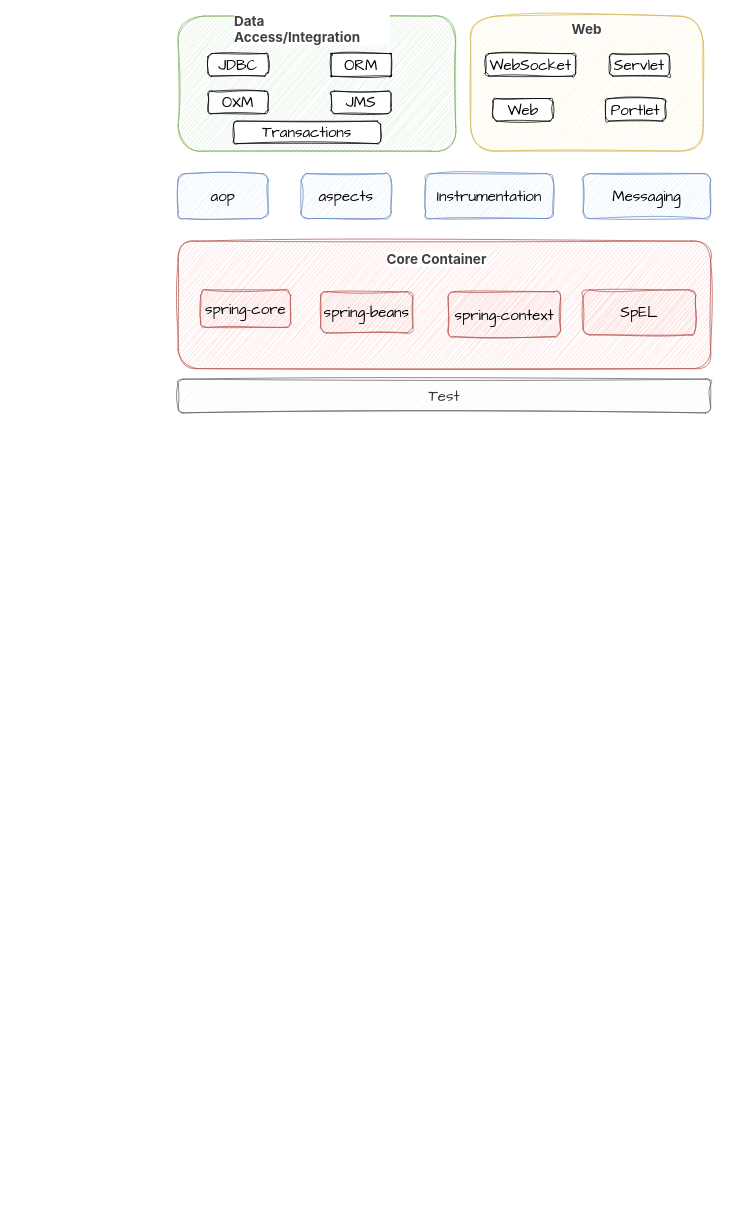
wwupower/daily-drawio keeps this draw.io diagram as me/note/Spring01.drawio. Above is the earlier version. Source tidied: cells renumbered, new cells numbered last; positions are measured from the earlier drawing's top-left corner, leaving out a move shared by most shapes. Both pictures are drawn from the tidied source at 75%, with x=0, y=0 at pixel (178, 16).
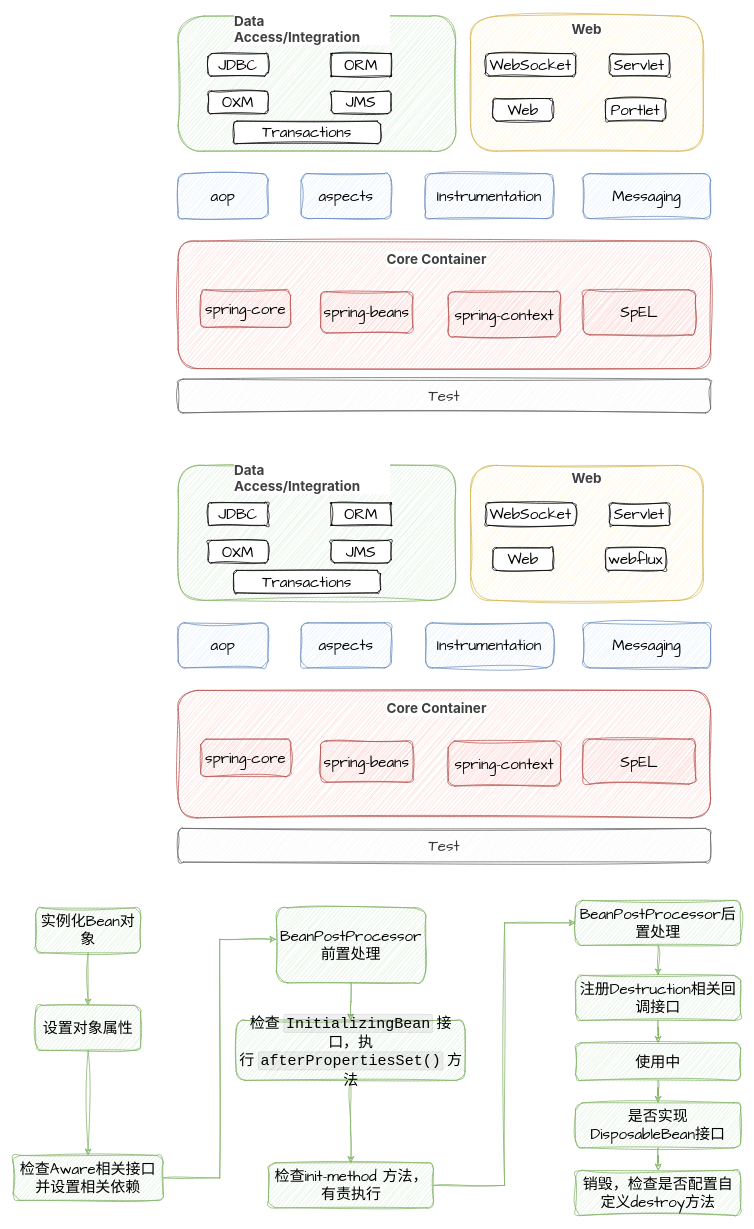
Above is the later version.

Diff of the diagram source:
```diff
@@
+    <mxCell id="26" style="rounded=1;whiteSpace=wrap;html=1;sketch=1;hachureGap=4;jiggle=2;curveFitting=1;fontFamily=Architects Daughter;fontSize=20;fillColor=#f8cecc;strokeColor=#b85450;" parent="1" vertex="1">
+      <mxGeometry y="899" width="710" height="170" as="geometry" />
+    </mxCell>
+    <mxCell id="27" value="spring-core" style="rounded=1;whiteSpace=wrap;html=1;sketch=1;hachureGap=4;jiggle=2;curveFitting=1;fontFamily=Architects Daughter;fontSize=20;fillColor=#f8cecc;strokeColor=#b85450;" parent="1" vertex="1">
+      <mxGeometry x="30" y="964" width="120" height="50" as="geometry" />
+    </mxCell>
+    <mxCell id="28" value="spring-beans" style="rounded=1;whiteSpace=wrap;html=1;sketch=1;hachureGap=4;jiggle=2;curveFitting=1;fontFamily=Architects Daughter;fontSize=20;fillColor=#f8cecc;strokeColor=#b85450;" parent="1" vertex="1">
+      <mxGeometry x="190" y="966.5" width="123" height="55" as="geometry" />
+    </mxCell>
+    <mxCell id="29" value="spring-context" style="rounded=1;whiteSpace=wrap;html=1;sketch=1;hachureGap=4;jiggle=2;curveFitting=1;fontFamily=Architects Daughter;fontSize=20;fillColor=#f8cecc;strokeColor=#b85450;" parent="1" vertex="1">
+      <mxGeometry x="360" y="966.5" width="150" height="60" as="geometry" />
+    </mxCell>
+    <mxCell id="30" value="SpEL" style="rounded=1;whiteSpace=wrap;html=1;sketch=1;hachureGap=4;jiggle=2;curveFitting=1;fontFamily=Architects Daughter;fontSize=20;fillColor=#f8cecc;strokeColor=#b85450;" parent="1" vertex="1">
+      <mxGeometry x="540" y="964" width="150" height="60" as="geometry" />
+    </mxCell>
+    <mxCell id="31" value="aop" style="rounded=1;whiteSpace=wrap;html=1;sketch=1;hachureGap=4;jiggle=2;curveFitting=1;fontFamily=Architects Daughter;fontSize=20;fillColor=#dae8fc;strokeColor=#6c8ebf;" parent="1" vertex="1">
+      <mxGeometry y="809" width="120" height="60" as="geometry" />
+    </mxCell>
+    <mxCell id="32" value="aspects" style="rounded=1;whiteSpace=wrap;html=1;sketch=1;hachureGap=4;jiggle=2;curveFitting=1;fontFamily=Architects Daughter;fontSize=20;fillColor=#dae8fc;strokeColor=#6c8ebf;" parent="1" vertex="1">
+      <mxGeometry x="164" y="809" width="120" height="60" as="geometry" />
+    </mxCell>
+    <mxCell id="33" value="Instrumentation" style="rounded=1;whiteSpace=wrap;html=1;sketch=1;hachureGap=4;jiggle=2;curveFitting=1;fontFamily=Architects Daughter;fontSize=20;fillColor=#dae8fc;strokeColor=#6c8ebf;" parent="1" vertex="1">
+      <mxGeometry x="330" y="809" width="170" height="60" as="geometry" />
+    </mxCell>
+    <mxCell id="34" value="Messaging" style="rounded=1;whiteSpace=wrap;html=1;sketch=1;hachureGap=4;jiggle=2;curveFitting=1;fontFamily=Architects Daughter;fontSize=20;fillColor=#dae8fc;strokeColor=#6c8ebf;" parent="1" vertex="1">
+      <mxGeometry x="540" y="809" width="170" height="60" as="geometry" />
+    </mxCell>
+    <mxCell id="35" style="rounded=1;whiteSpace=wrap;html=1;sketch=1;hachureGap=4;jiggle=2;curveFitting=1;fontFamily=Architects Daughter;fontSize=20;arcSize=19;fillColor=#d5e8d4;strokeColor=#82b366;" parent="1" vertex="1">
+      <mxGeometry y="599" width="370" height="180" as="geometry" />
+    </mxCell>
+    <mxCell id="36" value="&lt;h5 style=&quot;box-sizing: border-box; margin-top: 0px; margin-bottom: 16px; color: rgb(64, 64, 64); text-rendering: optimizelegibility; font-size: 18px; font-family: -apple-system, BlinkMacSystemFont, &amp;quot;Apple Color Emoji&amp;quot;, &amp;quot;Segoe UI Emoji&amp;quot;, &amp;quot;Segoe UI Symbol&amp;quot;, &amp;quot;Segoe UI&amp;quot;, &amp;quot;PingFang SC&amp;quot;, &amp;quot;Hiragino Sans GB&amp;quot;, &amp;quot;Microsoft YaHei&amp;quot;, &amp;quot;Helvetica Neue&amp;quot;, Helvetica, Arial, sans-serif; text-align: start; background-color: rgb(255, 255, 255);&quot;&gt;Data Access/Integration&lt;/h5&gt;" style="text;html=1;strokeColor=none;fillColor=none;align=center;verticalAlign=middle;whiteSpace=wrap;rounded=0;fontSize=20;fontFamily=Architects Daughter;" parent="1" vertex="1">
+      <mxGeometry x="74" y="609" width="210" height="30" as="geometry" />
+    </mxCell>
+    <mxCell id="37" value="JDBC" style="rounded=1;whiteSpace=wrap;html=1;sketch=1;hachureGap=4;jiggle=2;curveFitting=1;fontFamily=Architects Daughter;fontSize=20;" parent="1" vertex="1">
+      <mxGeometry x="40" y="649" width="80" height="30" as="geometry" />
+    </mxCell>
+    <mxCell id="38" value="ORM" style="rounded=1;whiteSpace=wrap;html=1;sketch=1;hachureGap=4;jiggle=2;curveFitting=1;fontFamily=Architects Daughter;fontSize=20;arcSize=0;" parent="1" vertex="1">
+      <mxGeometry x="204" y="649" width="80" height="30" as="geometry" />
+    </mxCell>
+    <mxCell id="39" value="OXM" style="rounded=1;whiteSpace=wrap;html=1;sketch=1;hachureGap=4;jiggle=2;curveFitting=1;fontFamily=Architects Daughter;fontSize=20;" parent="1" vertex="1">
+      <mxGeometry x="40" y="699" width="80" height="30" as="geometry" />
+    </mxCell>
+    <mxCell id="40" value="JMS" style="rounded=1;whiteSpace=wrap;html=1;sketch=1;hachureGap=4;jiggle=2;curveFitting=1;fontFamily=Architects Daughter;fontSize=20;" parent="1" vertex="1">
+      <mxGeometry x="204" y="699" width="80" height="30" as="geometry" />
+    </mxCell>
+    <mxCell id="41" value="Transactions" style="rounded=1;whiteSpace=wrap;html=1;sketch=1;hachureGap=4;jiggle=2;curveFitting=1;fontFamily=Architects Daughter;fontSize=20;" parent="1" vertex="1">
+      <mxGeometry x="74" y="739" width="196" height="30" as="geometry" />
+    </mxCell>
+    <mxCell id="42" style="rounded=1;whiteSpace=wrap;html=1;sketch=1;hachureGap=4;jiggle=2;curveFitting=1;fontFamily=Architects Daughter;fontSize=20;arcSize=19;fillColor=#fff2cc;strokeColor=#d6b656;" parent="1" vertex="1">
+      <mxGeometry x="390" y="599" width="310" height="180" as="geometry" />
+    </mxCell>
+    <mxCell id="43" value="&lt;h5 style=&quot;box-sizing: border-box; margin-top: 0px; margin-bottom: 16px; color: rgb(64, 64, 64); text-rendering: optimizelegibility; font-size: 18px; font-family: -apple-system, BlinkMacSystemFont, &amp;quot;Apple Color Emoji&amp;quot;, &amp;quot;Segoe UI Emoji&amp;quot;, &amp;quot;Segoe UI Symbol&amp;quot;, &amp;quot;Segoe UI&amp;quot;, &amp;quot;PingFang SC&amp;quot;, &amp;quot;Hiragino Sans GB&amp;quot;, &amp;quot;Microsoft YaHei&amp;quot;, &amp;quot;Helvetica Neue&amp;quot;, Helvetica, Arial, sans-serif; text-align: start; background-color: rgb(255, 255, 255);&quot;&gt;Web&lt;/h5&gt;" style="text;html=1;strokeColor=none;fillColor=none;align=center;verticalAlign=middle;whiteSpace=wrap;rounded=0;fontSize=20;fontFamily=Architects Daughter;" parent="1" vertex="1">
+      <mxGeometry x="440" y="609" width="210" height="30" as="geometry" />
+    </mxCell>
+    <mxCell id="44" value="WebSocket" style="rounded=1;whiteSpace=wrap;html=1;sketch=1;hachureGap=4;jiggle=2;curveFitting=1;fontFamily=Architects Daughter;fontSize=20;" parent="1" vertex="1">
+      <mxGeometry x="410" y="649" width="120" height="30" as="geometry" />
+    </mxCell>
+    <mxCell id="45" value="Servlet" style="rounded=1;whiteSpace=wrap;html=1;sketch=1;hachureGap=4;jiggle=2;curveFitting=1;fontFamily=Architects Daughter;fontSize=20;" parent="1" vertex="1">
+      <mxGeometry x="575" y="649" width="80" height="30" as="geometry" />
+    </mxCell>
+    <mxCell id="46" value="Web" style="rounded=1;whiteSpace=wrap;html=1;sketch=1;hachureGap=4;jiggle=2;curveFitting=1;fontFamily=Architects Daughter;fontSize=20;" parent="1" vertex="1">
+      <mxGeometry x="420" y="709" width="80" height="30" as="geometry" />
+    </mxCell>
+    <mxCell id="47" value="webflux" style="rounded=1;whiteSpace=wrap;html=1;sketch=1;hachureGap=4;jiggle=2;curveFitting=1;fontFamily=Architects Daughter;fontSize=20;" parent="1" vertex="1">
+      <mxGeometry x="570" y="709" width="80" height="30" as="geometry" />
+    </mxCell>
+    <mxCell id="48" value="&#10;&lt;h5 style=&quot;border-color: var(--border-color); font-style: normal; font-variant-ligatures: normal; font-variant-caps: normal; letter-spacing: normal; orphans: 2; text-indent: 0px; text-transform: none; widows: 2; word-spacing: 0px; -webkit-text-stroke-width: 0px; text-decoration-thickness: initial; text-decoration-style: initial; text-decoration-color: initial; box-sizing: border-box; margin-top: 0px; margin-bottom: 16px; color: rgb(64, 64, 64); text-rendering: optimizelegibility; font-size: 18px; font-family: -apple-system, BlinkMacSystemFont, &amp;quot;Apple Color Emoji&amp;quot;, &amp;quot;Segoe UI Emoji&amp;quot;, &amp;quot;Segoe UI Symbol&amp;quot;, &amp;quot;Segoe UI&amp;quot;, &amp;quot;PingFang SC&amp;quot;, &amp;quot;Hiragino Sans GB&amp;quot;, &amp;quot;Microsoft YaHei&amp;quot;, &amp;quot;Helvetica Neue&amp;quot;, Helvetica, Arial, sans-serif; text-align: start; background-color: rgb(255, 255, 255);&quot;&gt;Core Container&lt;/h5&gt;&#10;&#10;" style="text;html=1;strokeColor=none;fillColor=none;align=center;verticalAlign=middle;whiteSpace=wrap;rounded=0;fontSize=20;fontFamily=Architects Daughter;" parent="1" vertex="1">
+      <mxGeometry x="270" y="928" width="150" height="30" as="geometry" />
+    </mxCell>
+    <mxCell id="49" value="Test" style="rounded=1;whiteSpace=wrap;html=1;sketch=1;hachureGap=4;jiggle=2;curveFitting=1;fontFamily=Architects Daughter;fontSize=20;fillColor=#f5f5f5;strokeColor=#666666;fontColor=#333333;" parent="1" vertex="1">
+      <mxGeometry y="1083" width="710" height="45" as="geometry" />
+    </mxCell>
+    <mxCell id="50" style="edgeStyle=orthogonalEdgeStyle;rounded=0;sketch=1;hachureGap=4;jiggle=2;curveFitting=1;jettySize=auto;html=1;fontFamily=Architects Daughter;fontSize=16;fillColor=#d5e8d4;strokeColor=#82b366;" parent="1" edge="1" source="51" target="53">
+      <mxGeometry relative="1" as="geometry" />
+    </mxCell>
+    <mxCell id="51" value="实例化Bean对象" style="rounded=1;whiteSpace=wrap;html=1;sketch=1;hachureGap=4;jiggle=2;curveFitting=1;fontFamily=Architects Daughter;fontSize=20;fillColor=#d5e8d4;strokeColor=#82b366;" parent="1" vertex="1">
+      <mxGeometry x="-190" y="1189" width="140" height="60" as="geometry" />
+    </mxCell>
+    <mxCell id="52" style="edgeStyle=orthogonalEdgeStyle;rounded=0;sketch=1;hachureGap=4;jiggle=2;curveFitting=1;jettySize=auto;html=1;fontFamily=Architects Daughter;fontSize=16;fillColor=#d5e8d4;strokeColor=#82b366;" parent="1" edge="1" source="53" target="55">
+      <mxGeometry relative="1" as="geometry" />
+    </mxCell>
+    <mxCell id="53" value="设置对象属性" style="rounded=1;whiteSpace=wrap;html=1;sketch=1;hachureGap=4;jiggle=2;curveFitting=1;fontFamily=Architects Daughter;fontSize=20;fillColor=#d5e8d4;strokeColor=#82b366;" parent="1" vertex="1">
+      <mxGeometry x="-190" y="1319" width="140" height="60" as="geometry" />
+    </mxCell>
+    <mxCell id="54" style="edgeStyle=orthogonalEdgeStyle;rounded=0;sketch=1;hachureGap=4;jiggle=2;curveFitting=1;jettySize=auto;html=1;entryX=0;entryY=0.42;entryDx=0;entryDy=0;entryPerimeter=0;fontFamily=Helvetica;fontSize=16;fillColor=#d5e8d4;strokeColor=#82b366;" parent="1" edge="1" source="55" target="57">
+      <mxGeometry relative="1" as="geometry" />
+    </mxCell>
+    <mxCell id="55" value="检查Aware相关接口并设置相关依赖" style="rounded=1;whiteSpace=wrap;html=1;sketch=1;hachureGap=4;jiggle=2;curveFitting=1;fontFamily=Architects Daughter;fontSize=20;fillColor=#d5e8d4;strokeColor=#82b366;" parent="1" vertex="1">
+      <mxGeometry x="-220" y="1519" width="200" height="60" as="geometry" />
+    </mxCell>
+    <mxCell id="56" style="edgeStyle=orthogonalEdgeStyle;rounded=0;sketch=1;hachureGap=4;jiggle=2;curveFitting=1;jettySize=auto;html=1;fontFamily=Architects Daughter;fontSize=16;fillColor=#d5e8d4;strokeColor=#82b366;" parent="1" edge="1" source="57" target="59">
+      <mxGeometry relative="1" as="geometry" />
+    </mxCell>
+    <mxCell id="57" value="&lt;p&gt;BeanPostProcessor前置处理&lt;br&gt;&lt;/p&gt;&lt;div class=&quot;lake-content&quot;&gt;&lt;span class=&quot;ne-text&quot;&gt;&lt;/span&gt;&lt;/div&gt;" style="whiteSpace=wrap;html=1;fontSize=20;fontFamily=Architects Daughter;rounded=1;sketch=1;hachureGap=4;jiggle=2;curveFitting=1;fillColor=#d5e8d4;strokeColor=#82b366;" parent="1" vertex="1">
+      <mxGeometry x="131" y="1189" width="199" height="100" as="geometry" />
+    </mxCell>
+    <mxCell id="58" style="edgeStyle=orthogonalEdgeStyle;rounded=0;sketch=1;hachureGap=4;jiggle=2;curveFitting=1;jettySize=auto;html=1;fontFamily=Helvetica;fontSize=16;fillColor=#d5e8d4;strokeColor=#82b366;" parent="1" edge="1" source="59" target="61">
+      <mxGeometry relative="1" as="geometry" />
+    </mxCell>
+    <mxCell id="59" value="&lt;p&gt;检查&amp;nbsp;&lt;code style=&quot;border: 1px solid rgba(0, 0, 0, 0.08); background-color: rgba(0, 0, 0, 0.06); border-radius: 2px; padding: 0px 2px;&quot; class=&quot;ne-code&quot;&gt;InitializingBean&lt;/code&gt;&amp;nbsp;接⼝，执⾏&amp;nbsp;&lt;code style=&quot;border: 1px solid rgba(0, 0, 0, 0.08); background-color: rgba(0, 0, 0, 0.06); border-radius: 2px; padding: 0px 2px;&quot; class=&quot;ne-code&quot;&gt;&lt;span style=&quot;border-color: var(--border-color);&quot; class=&quot;ne-text&quot;&gt;afterPropertiesSet()&lt;/span&gt;&lt;/code&gt;&lt;span style=&quot;border-color: var(--border-color);&quot; class=&quot;ne-text&quot;&gt;&amp;nbsp;⽅法&lt;/span&gt;&lt;br&gt;&lt;/p&gt;" style="whiteSpace=wrap;html=1;fontSize=20;fontFamily=Helvetica;rounded=1;sketch=1;hachureGap=4;jiggle=2;curveFitting=1;fillColor=#d5e8d4;strokeColor=#82b366;" parent="1" vertex="1">
+      <mxGeometry x="77.5" y="1339" width="305" height="80" as="geometry" />
+    </mxCell>
+    <mxCell id="60" style="edgeStyle=orthogonalEdgeStyle;rounded=0;sketch=1;hachureGap=4;jiggle=2;curveFitting=1;jettySize=auto;html=1;entryX=0;entryY=0.5;entryDx=0;entryDy=0;fontFamily=Helvetica;fontSize=16;fillColor=#d5e8d4;strokeColor=#82b366;" parent="1" edge="1" source="61" target="63">
+      <mxGeometry relative="1" as="geometry" />
+    </mxCell>
+    <mxCell id="61" value="&lt;div class=&quot;lake-content&quot;&gt;检查init-method 方法，有责执行&lt;/div&gt;" style="whiteSpace=wrap;html=1;fontSize=20;rounded=1;sketch=1;hachureGap=4;jiggle=2;curveFitting=1;fontFamily=Architects Daughter;fillColor=#d5e8d4;strokeColor=#82b366;" parent="1" vertex="1">
+      <mxGeometry x="120.5" y="1529" width="220" height="60" as="geometry" />
+    </mxCell>
+    <mxCell id="62" style="edgeStyle=orthogonalEdgeStyle;rounded=0;sketch=1;hachureGap=4;jiggle=2;curveFitting=1;jettySize=auto;html=1;exitX=0.5;exitY=1;exitDx=0;exitDy=0;entryX=0.5;entryY=0;entryDx=0;entryDy=0;fontFamily=Helvetica;fontSize=16;fillColor=#d5e8d4;strokeColor=#82b366;" parent="1" edge="1" source="63" target="65">
+      <mxGeometry relative="1" as="geometry" />
+    </mxCell>
+    <mxCell id="63" value="&lt;div class=&quot;lake-content&quot;&gt;&lt;div class=&quot;lake-content&quot;&gt;BeanPostProcessor后置处理&lt;/div&gt;&lt;/div&gt;" style="whiteSpace=wrap;html=1;fontSize=20;rounded=1;sketch=1;hachureGap=4;jiggle=2;curveFitting=1;fontFamily=Architects Daughter;fillColor=#d5e8d4;strokeColor=#82b366;" parent="1" vertex="1">
+      <mxGeometry x="530" y="1179" width="220" height="60" as="geometry" />
+    </mxCell>
+    <mxCell id="64" style="edgeStyle=orthogonalEdgeStyle;rounded=0;sketch=1;hachureGap=4;jiggle=2;curveFitting=1;jettySize=auto;html=1;entryX=0.5;entryY=0;entryDx=0;entryDy=0;fontFamily=Helvetica;fontSize=16;fillColor=#d5e8d4;strokeColor=#82b366;" parent="1" edge="1" source="65" target="67">
+      <mxGeometry relative="1" as="geometry" />
+    </mxCell>
+    <mxCell id="65" value="&lt;div class=&quot;lake-content&quot;&gt;&lt;div class=&quot;lake-content&quot;&gt;注册Destruction相关回调接口&lt;/div&gt;&lt;/div&gt;" style="whiteSpace=wrap;html=1;fontSize=20;rounded=1;sketch=1;hachureGap=4;jiggle=2;curveFitting=1;fontFamily=Architects Daughter;fillColor=#d5e8d4;strokeColor=#82b366;" parent="1" vertex="1">
+      <mxGeometry x="530" y="1279" width="220" height="60" as="geometry" />
+    </mxCell>
+    <mxCell id="66" style="edgeStyle=orthogonalEdgeStyle;rounded=0;sketch=1;hachureGap=4;jiggle=2;curveFitting=1;jettySize=auto;html=1;entryX=0.5;entryY=0;entryDx=0;entryDy=0;fontFamily=Helvetica;fontSize=16;fillColor=#d5e8d4;strokeColor=#82b366;" parent="1" edge="1" source="67" target="69">
+      <mxGeometry relative="1" as="geometry" />
+    </mxCell>
+    <mxCell id="67" value="&lt;div class=&quot;lake-content&quot;&gt;&lt;div class=&quot;lake-content&quot;&gt;使用中&lt;/div&gt;&lt;/div&gt;" style="whiteSpace=wrap;html=1;fontSize=20;rounded=1;sketch=1;hachureGap=4;jiggle=2;curveFitting=1;fontFamily=Architects Daughter;fillColor=#d5e8d4;strokeColor=#82b366;" parent="1" vertex="1">
+      <mxGeometry x="530" y="1369" width="220" height="50" as="geometry" />
+    </mxCell>
+    <mxCell id="68" style="edgeStyle=orthogonalEdgeStyle;rounded=0;sketch=1;hachureGap=4;jiggle=2;curveFitting=1;jettySize=auto;html=1;entryX=0.5;entryY=0;entryDx=0;entryDy=0;fontFamily=Helvetica;fontSize=16;fillColor=#d5e8d4;strokeColor=#82b366;" parent="1" edge="1" source="69" target="70">
+      <mxGeometry relative="1" as="geometry" />
+    </mxCell>
+    <mxCell id="69" value="&lt;div class=&quot;lake-content&quot;&gt;&lt;div class=&quot;lake-content&quot;&gt;是否实现DisposableBean接口&lt;/div&gt;&lt;/div&gt;" style="whiteSpace=wrap;html=1;fontSize=20;rounded=1;sketch=1;hachureGap=4;jiggle=2;curveFitting=1;fontFamily=Architects Daughter;fillColor=#d5e8d4;strokeColor=#82b366;" parent="1" vertex="1">
+      <mxGeometry x="530" y="1449" width="220" height="60" as="geometry" />
+    </mxCell>
+    <mxCell id="70" value="&lt;div class=&quot;lake-content&quot;&gt;&lt;div class=&quot;lake-content&quot;&gt;销毁，检查是否配置自定义destroy方法&lt;/div&gt;&lt;/div&gt;" style="whiteSpace=wrap;html=1;fontSize=20;rounded=1;sketch=1;hachureGap=4;jiggle=2;curveFitting=1;fontFamily=Architects Daughter;fillColor=#d5e8d4;strokeColor=#82b366;" parent="1" vertex="1">
+      <mxGeometry x="530" y="1539" width="220" height="60" as="geometry" />
+    </mxCell>
```
